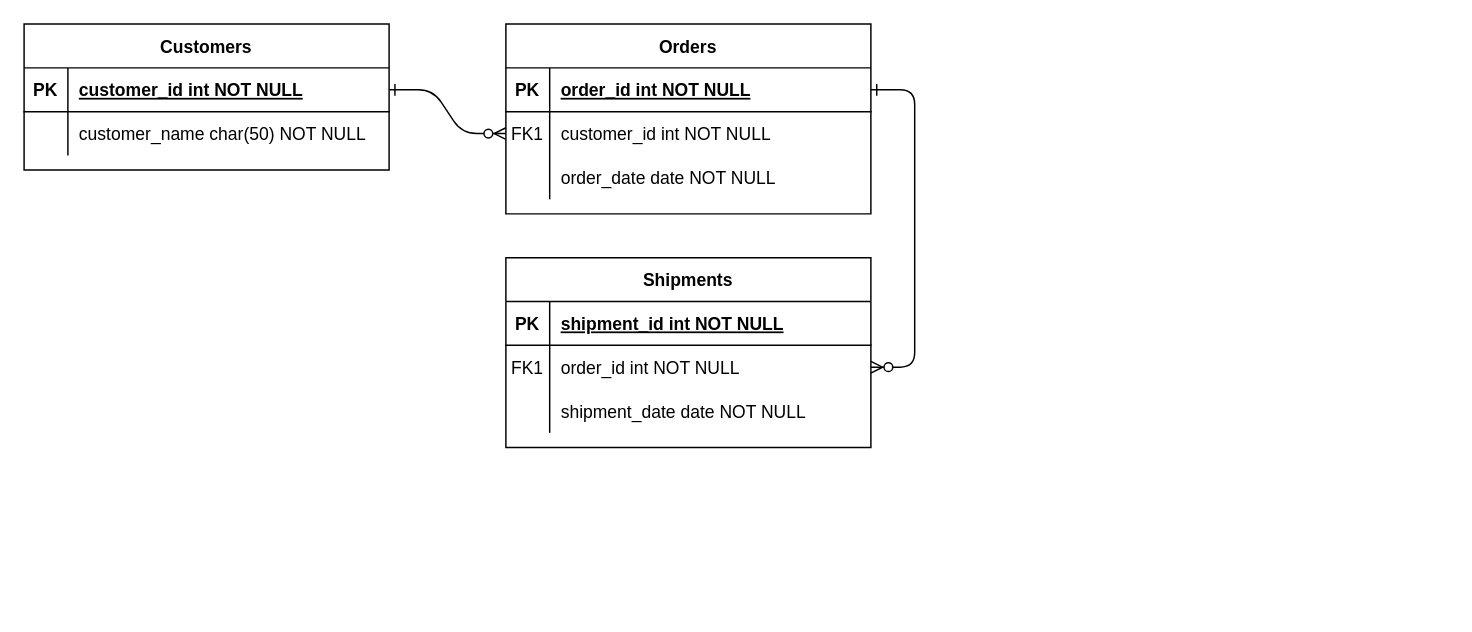
Earlier version of the draw.io diagram er.drawio (7mzah/7mzah). Source tidied: cells renumbered, new cells numbered last; positions are measured from the earlier drawing's top-left corner, leaving out a move shared by most shapes. Both pictures are drawn from the tidied source at 146%, with x=0, y=0 at pixel (23, 23).
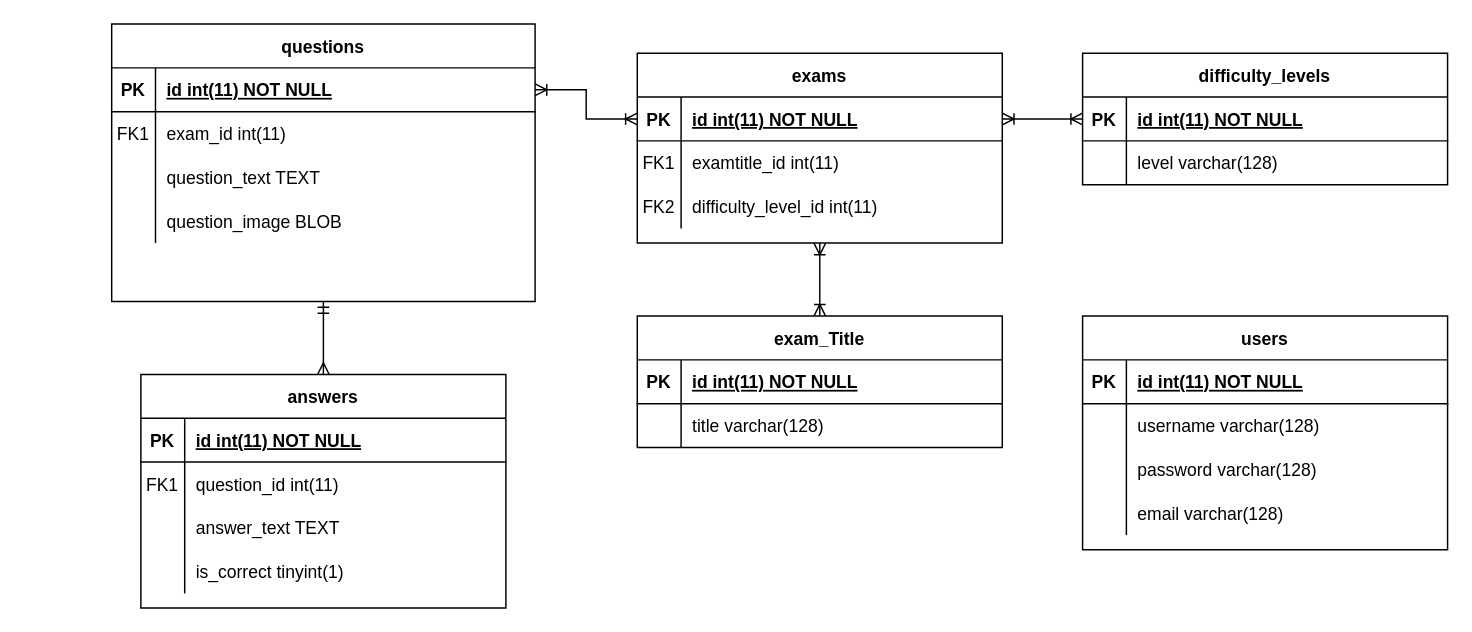
After the change.

The change refers to these unchanged cells:
```xml
<mxCell id="15" style="shape=partialRectangle;fillColor=none;points=[[0,0.5],[1,0.5]];portConstraint=eastwest;top=0;left=0;right=0;bottom=1;" parent="14" vertex="1">
  <mxGeometry y="30" width="250" height="30" as="geometry" />
</mxCell>
<mxCell id="18" style="shape=partialRectangle;fillColor=none;points=[[0,0.5],[1,0.5]];portConstraint=eastwest;top=0;left=0;right=0;bottom=0;" parent="14" vertex="1">
  <mxGeometry y="60" width="250" height="30" as="geometry" />
</mxCell>
<mxCell id="21" style="shape=partialRectangle;fillColor=none;top=0;left=0;right=0;bottom=0;" parent="14" vertex="1">
  <mxGeometry y="90" width="250" height="30" as="geometry" />
</mxCell>
<mxCell id="25" style="shape=partialRectangle;fillColor=none;points=[[0,0.5],[1,0.5]];portConstraint=eastwest;top=0;left=0;right=0;bottom=1;" parent="24" vertex="1">
  <mxGeometry y="30" width="250" height="30" as="geometry" />
</mxCell>
<mxCell id="28" style="shape=partialRectangle;fillColor=none;top=0;left=0;right=0;bottom=0;" parent="24" vertex="1">
  <mxGeometry y="60" width="250" height="30" as="geometry" />
</mxCell>
```

Change to the diagram source:
```diff
@@
-    <mxCell id="2" style="edgeStyle=entityRelationEdgeStyle;endArrow=ERzeroToMany;startArrow=ERone;endFill=1;startFill=0;" parent="1" edge="1" source="25" target="8">
-      <mxGeometry relative="1" as="geometry" />
-    </mxCell>
-    <mxCell id="3" style="edgeStyle=entityRelationEdgeStyle;endArrow=ERzeroToMany;startArrow=ERone;endFill=1;startFill=0;" parent="1" edge="1" source="5" target="18">
-      <mxGeometry relative="1" as="geometry" />
-    </mxCell>
-    <mxCell id="4" value="Orders" style="shape=table;startSize=30;childLayout=tableLayout;rowLines=0;fontStyle=1;align=center;" parent="1" vertex="1">
-      <mxGeometry x="330" width="250" height="130" as="geometry" />
+    <mxCell id="4" value="questions" style="shape=table;startSize=30;childLayout=tableLayout;rowLines=0;fontStyle=1;align=center;" parent="1" vertex="1">
+      <mxGeometry x="60" width="290" height="190" as="geometry" />
     </mxCell>
     <mxCell id="5" style="shape=partialRectangle;fillColor=none;points=[[0,0.5],[1,0.5]];portConstraint=eastwest;top=0;left=0;right=0;bottom=1;" parent="4" vertex="1">
-      <mxGeometry y="30" width="250" height="30" as="geometry" />
+      <mxGeometry y="30" width="290" height="30" as="geometry" />
     </mxCell>
@@
-    <mxCell id="7" value="order_id int NOT NULL " style="shape=partialRectangle;overflow=hidden;fillColor=none;top=0;left=0;bottom=0;right=0;align=left;spacingLeft=6;fontStyle=5;" parent="5" vertex="1">
-      <mxGeometry x="30" width="220" height="30" as="geometry" />
+    <mxCell id="7" value="id int(11) NOT NULL " style="shape=partialRectangle;overflow=hidden;fillColor=none;top=0;left=0;bottom=0;right=0;align=left;spacingLeft=6;fontStyle=5;" parent="5" vertex="1">
+      <mxGeometry x="30" width="260" height="30" as="geometry" />
     </mxCell>
     <mxCell id="8" style="shape=partialRectangle;fillColor=none;points=[[0,0.5],[1,0.5]];portConstraint=eastwest;top=0;left=0;right=0;bottom=0;" parent="4" vertex="1">
-      <mxGeometry y="60" width="250" height="30" as="geometry" />
+      <mxGeometry y="60" width="290" height="30" as="geometry" />
     </mxCell>
@@
-    <mxCell id="10" value="customer_id int NOT NULL" style="shape=partialRectangle;overflow=hidden;fillColor=none;top=0;left=0;bottom=0;right=0;align=left;spacingLeft=6;" parent="8" vertex="1">
-      <mxGeometry x="30" width="220" height="30" as="geometry" />
+    <mxCell id="10" value="exam_id int(11)" style="shape=partialRectangle;overflow=hidden;fillColor=none;top=0;left=0;bottom=0;right=0;align=left;spacingLeft=6;" parent="8" vertex="1">
+      <mxGeometry x="30" width="260" height="30" as="geometry" />
     </mxCell>
     <mxCell id="11" style="shape=partialRectangle;fillColor=none;top=0;left=0;right=0;bottom=0;" parent="4" vertex="1">
-      <mxGeometry y="90" width="250" height="30" as="geometry" />
+      <mxGeometry y="90" width="290" height="30" as="geometry" />
     </mxCell>
@@
-    <mxCell id="13" value="order_date date NOT NULL" style="shape=partialRectangle;overflow=hidden;fillColor=none;top=0;left=0;bottom=0;right=0;align=left;spacingLeft=6;" parent="11" vertex="1">
-      <mxGeometry x="30" width="220" height="30" as="geometry" />
+    <mxCell id="13" value="question_text TEXT" style="shape=partialRectangle;overflow=hidden;fillColor=none;top=0;left=0;bottom=0;right=0;align=left;spacingLeft=6;" parent="11" vertex="1">
+      <mxGeometry x="30" width="260" height="30" as="geometry" />
     </mxCell>
+    <mxCell id="31" style="shape=partialRectangle;fillColor=none;top=0;left=0;right=0;bottom=0;" parent="4" vertex="1">
+      <mxGeometry y="120" width="290" height="30" as="geometry" />
+    </mxCell>
+    <mxCell id="32" style="shape=partialRectangle;overflow=hidden;fillColor=none;top=0;left=0;bottom=0;right=0;" parent="31" vertex="1">
+      <mxGeometry width="30" height="30" as="geometry" />
+    </mxCell>
+    <mxCell id="33" value="question_image BLOB" style="shape=partialRectangle;overflow=hidden;fillColor=none;top=0;left=0;bottom=0;right=0;align=left;spacingLeft=6;" parent="31" vertex="1">
+      <mxGeometry x="30" width="260" height="30" as="geometry" />
+    </mxCell>
+    <mxCell id="34" style="edgeStyle=orthogonalEdgeStyle;rounded=0;jettySize=auto;html=1;exitX=0.5;exitY=1;exitDx=0;exitDy=0;endArrow=ERoneToMany;endFill=0;startArrow=ERoneToMany;startFill=0;" parent="1" edge="1" source="14" target="49">
+      <mxGeometry relative="1" as="geometry" />
+    </mxCell>
-    <mxCell id="14" value="Shipments" style="shape=table;startSize=30;childLayout=tableLayout;rowLines=0;fontStyle=1;align=center;" parent="1" vertex="1">
-      <mxGeometry x="330" y="160" width="250" height="130" as="geometry" />
+    <mxCell id="14" value="exams" style="shape=table;startSize=30;childLayout=tableLayout;rowLines=0;fontStyle=1;align=center;" parent="1" vertex="1">
+      <mxGeometry x="420" y="20" width="250" height="130" as="geometry" />
     </mxCell>
@@
-    <mxCell id="17" value="shipment_id int NOT NULL " style="shape=partialRectangle;overflow=hidden;fillColor=none;top=0;left=0;bottom=0;right=0;align=left;spacingLeft=6;fontStyle=5;" parent="15" vertex="1">
+    <mxCell id="17" value="id int(11) NOT NULL" style="shape=partialRectangle;overflow=hidden;fillColor=none;top=0;left=0;bottom=0;right=0;align=left;spacingLeft=6;fontStyle=5;" parent="15" vertex="1">
       <mxGeometry x="30" width="220" height="30" as="geometry" />
     </mxCell>
@@
-    <mxCell id="20" value="order_id int NOT NULL" style="shape=partialRectangle;overflow=hidden;fillColor=none;top=0;left=0;bottom=0;right=0;align=left;spacingLeft=6;" parent="18" vertex="1">
+    <mxCell id="20" value="examtitle_id int(11)" style="shape=partialRectangle;overflow=hidden;fillColor=none;top=0;left=0;bottom=0;right=0;align=left;spacingLeft=6;" parent="18" vertex="1">
       <mxGeometry x="30" width="220" height="30" as="geometry" />
     </mxCell>
@@
-    <mxCell id="22" style="shape=partialRectangle;overflow=hidden;fillColor=none;top=0;left=0;bottom=0;right=0;" parent="21" vertex="1">
+    <mxCell id="22" value="FK2" style="shape=partialRectangle;overflow=hidden;fillColor=none;top=0;left=0;bottom=0;right=0;" parent="21" vertex="1">
       <mxGeometry width="30" height="30" as="geometry" />
     </mxCell>
-    <mxCell id="23" value="shipment_date date NOT NULL" style="shape=partialRectangle;overflow=hidden;fillColor=none;top=0;left=0;bottom=0;right=0;align=left;spacingLeft=6;" parent="21" vertex="1">
+    <mxCell id="23" value="difficulty_level_id int(11)" style="shape=partialRectangle;overflow=hidden;fillColor=none;top=0;left=0;bottom=0;right=0;align=left;spacingLeft=6;" parent="21" vertex="1">
       <mxGeometry x="30" width="220" height="30" as="geometry" />
     </mxCell>
+    <mxCell id="35" style="edgeStyle=orthogonalEdgeStyle;rounded=0;jettySize=auto;html=1;exitX=0.5;exitY=0;exitDx=0;exitDy=0;entryX=0.5;entryY=1;entryDx=0;entryDy=0;startArrow=ERmany;startFill=0;endArrow=ERmandOne;endFill=0;" parent="1" edge="1" source="24" target="4">
+      <mxGeometry relative="1" as="geometry" />
+    </mxCell>
-    <mxCell id="24" value="Customers" style="shape=table;startSize=30;childLayout=tableLayout;rowLines=0;fontStyle=1;align=center;" parent="1" vertex="1">
-      <mxGeometry width="250" height="100" as="geometry" />
+    <mxCell id="24" value="answers" style="shape=table;startSize=30;childLayout=tableLayout;rowLines=0;fontStyle=1;align=center;" parent="1" vertex="1">
+      <mxGeometry x="80" y="240" width="250" height="160" as="geometry" />
     </mxCell>
@@
-    <mxCell id="27" value="customer_id int NOT NULL " style="shape=partialRectangle;overflow=hidden;fillColor=none;top=0;left=0;bottom=0;right=0;align=left;spacingLeft=6;fontStyle=5;" parent="25" vertex="1">
+    <mxCell id="27" value="id int(11) NOT NULL" style="shape=partialRectangle;overflow=hidden;fillColor=none;top=0;left=0;bottom=0;right=0;align=left;spacingLeft=6;fontStyle=5;" parent="25" vertex="1">
       <mxGeometry x="30" width="220" height="30" as="geometry" />
     </mxCell>
@@
-    <mxCell id="29" style="shape=partialRectangle;overflow=hidden;fillColor=none;top=0;left=0;bottom=0;right=0;" parent="28" vertex="1">
+    <mxCell id="29" value="FK1" style="shape=partialRectangle;overflow=hidden;fillColor=none;top=0;left=0;bottom=0;right=0;" parent="28" vertex="1">
       <mxGeometry width="30" height="30" as="geometry" />
     </mxCell>
-    <mxCell id="30" value="customer_name char(50) NOT NULL" style="shape=partialRectangle;overflow=hidden;fillColor=none;top=0;left=0;bottom=0;right=0;align=left;spacingLeft=6;" parent="28" vertex="1">
+    <mxCell id="30" value="question_id int(11)" style="shape=partialRectangle;overflow=hidden;fillColor=none;top=0;left=0;bottom=0;right=0;align=left;spacingLeft=6;" parent="28" vertex="1">
       <mxGeometry x="30" width="220" height="30" as="geometry" />
     </mxCell>
+    <mxCell id="36" style="shape=partialRectangle;fillColor=none;top=0;left=0;right=0;bottom=0;" parent="24" vertex="1">
+      <mxGeometry y="90" width="250" height="30" as="geometry" />
+    </mxCell>
+    <mxCell id="37" style="shape=partialRectangle;overflow=hidden;fillColor=none;top=0;left=0;bottom=0;right=0;" parent="36" vertex="1">
+      <mxGeometry width="30" height="30" as="geometry" />
+    </mxCell>
+    <mxCell id="38" value="answer_text TEXT" style="shape=partialRectangle;overflow=hidden;fillColor=none;top=0;left=0;bottom=0;right=0;align=left;spacingLeft=6;" parent="36" vertex="1">
+      <mxGeometry x="30" width="220" height="30" as="geometry" />
+    </mxCell>
+    <mxCell id="39" style="shape=partialRectangle;fillColor=none;top=0;left=0;right=0;bottom=0;" parent="24" vertex="1">
+      <mxGeometry y="120" width="250" height="30" as="geometry" />
+    </mxCell>
+    <mxCell id="40" style="shape=partialRectangle;overflow=hidden;fillColor=none;top=0;left=0;bottom=0;right=0;" parent="39" vertex="1">
+      <mxGeometry width="30" height="30" as="geometry" />
+    </mxCell>
+    <mxCell id="41" value="is_correct tinyint(1)" style="shape=partialRectangle;overflow=hidden;fillColor=none;top=0;left=0;bottom=0;right=0;align=left;spacingLeft=6;" parent="39" vertex="1">
+      <mxGeometry x="30" width="220" height="30" as="geometry" />
+    </mxCell>
+    <mxCell id="42" value="difficulty_levels" style="shape=table;startSize=30;childLayout=tableLayout;rowLines=0;fontStyle=1;align=center;" parent="1" vertex="1">
+      <mxGeometry x="725" y="20" width="250" height="90" as="geometry" />
+    </mxCell>
+    <mxCell id="43" style="shape=partialRectangle;fillColor=none;points=[[0,0.5],[1,0.5]];portConstraint=eastwest;top=0;left=0;right=0;bottom=1;" parent="42" vertex="1">
+      <mxGeometry y="30" width="250" height="30" as="geometry" />
+    </mxCell>
+    <mxCell id="44" value="PK" style="shape=partialRectangle;overflow=hidden;fillColor=none;top=0;left=0;bottom=0;right=0;fontStyle=1;" parent="43" vertex="1">
+      <mxGeometry width="30" height="30" as="geometry" />
+    </mxCell>
+    <mxCell id="45" value="id int(11) NOT NULL" style="shape=partialRectangle;overflow=hidden;fillColor=none;top=0;left=0;bottom=0;right=0;align=left;spacingLeft=6;fontStyle=5;" parent="43" vertex="1">
+      <mxGeometry x="30" width="220" height="30" as="geometry" />
+    </mxCell>
+    <mxCell id="46" style="shape=partialRectangle;fillColor=none;top=0;left=0;right=0;bottom=0;" parent="42" vertex="1">
+      <mxGeometry y="60" width="250" height="30" as="geometry" />
+    </mxCell>
+    <mxCell id="47" style="shape=partialRectangle;overflow=hidden;fillColor=none;top=0;left=0;bottom=0;right=0;" parent="46" vertex="1">
+      <mxGeometry width="30" height="30" as="geometry" />
+    </mxCell>
+    <mxCell id="48" value="level varchar(128)" style="shape=partialRectangle;overflow=hidden;fillColor=none;top=0;left=0;bottom=0;right=0;align=left;spacingLeft=6;" parent="46" vertex="1">
+      <mxGeometry x="30" width="220" height="30" as="geometry" />
+    </mxCell>
+    <mxCell id="49" value="exam_Title" style="shape=table;startSize=30;childLayout=tableLayout;rowLines=0;fontStyle=1;align=center;" parent="1" vertex="1">
+      <mxGeometry x="420" y="200" width="250" height="90" as="geometry" />
+    </mxCell>
+    <mxCell id="50" style="shape=partialRectangle;fillColor=none;top=0;left=0;right=0;bottom=1;" parent="49" vertex="1">
+      <mxGeometry y="30" width="250" height="30" as="geometry" />
+    </mxCell>
+    <mxCell id="51" value="PK" style="shape=partialRectangle;overflow=hidden;fillColor=none;top=0;left=0;bottom=0;right=0;fontStyle=1;" parent="50" vertex="1">
+      <mxGeometry width="30" height="30" as="geometry" />
+    </mxCell>
+    <mxCell id="52" value="id int(11) NOT NULL" style="shape=partialRectangle;overflow=hidden;fillColor=none;top=0;left=0;bottom=0;right=0;align=left;spacingLeft=6;fontStyle=5;" parent="50" vertex="1">
+      <mxGeometry x="30" width="220" height="30" as="geometry" />
+    </mxCell>
+    <mxCell id="53" style="shape=partialRectangle;fillColor=none;top=0;left=0;right=0;bottom=0;" parent="49" vertex="1">
+      <mxGeometry y="60" width="250" height="30" as="geometry" />
+    </mxCell>
+    <mxCell id="54" style="shape=partialRectangle;overflow=hidden;fillColor=none;top=0;left=0;bottom=0;right=0;" parent="53" vertex="1">
+      <mxGeometry width="30" height="30" as="geometry" />
+    </mxCell>
+    <mxCell id="55" value="title varchar(128)" style="shape=partialRectangle;overflow=hidden;fillColor=none;top=0;left=0;bottom=0;right=0;align=left;spacingLeft=6;" parent="53" vertex="1">
+      <mxGeometry x="30" width="220" height="30" as="geometry" />
+    </mxCell>
+    <mxCell id="56" value="users" style="shape=table;startSize=30;childLayout=tableLayout;rowLines=0;fontStyle=1;align=center;" parent="1" vertex="1">
+      <mxGeometry x="725" y="200" width="250" height="160" as="geometry" />
+    </mxCell>
+    <mxCell id="57" style="shape=partialRectangle;fillColor=none;top=0;left=0;right=0;bottom=1;" parent="56" vertex="1">
+      <mxGeometry y="30" width="250" height="30" as="geometry" />
+    </mxCell>
+    <mxCell id="58" value="PK" style="shape=partialRectangle;overflow=hidden;fillColor=none;top=0;left=0;bottom=0;right=0;fontStyle=1;" parent="57" vertex="1">
+      <mxGeometry width="30" height="30" as="geometry" />
+    </mxCell>
+    <mxCell id="59" value="id int(11) NOT NULL" style="shape=partialRectangle;overflow=hidden;fillColor=none;top=0;left=0;bottom=0;right=0;align=left;spacingLeft=6;fontStyle=5;" parent="57" vertex="1">
+      <mxGeometry x="30" width="220" height="30" as="geometry" />
+    </mxCell>
+    <mxCell id="60" style="shape=partialRectangle;fillColor=none;top=0;left=0;right=0;bottom=0;" parent="56" vertex="1">
+      <mxGeometry y="60" width="250" height="30" as="geometry" />
+    </mxCell>
+    <mxCell id="61" style="shape=partialRectangle;overflow=hidden;fillColor=none;top=0;left=0;bottom=0;right=0;" parent="60" vertex="1">
+      <mxGeometry width="30" height="30" as="geometry" />
+    </mxCell>
+    <mxCell id="62" value="username varchar(128)" style="shape=partialRectangle;overflow=hidden;fillColor=none;top=0;left=0;bottom=0;right=0;align=left;spacingLeft=6;" parent="60" vertex="1">
+      <mxGeometry x="30" width="220" height="30" as="geometry" />
+    </mxCell>
+    <mxCell id="63" style="shape=partialRectangle;fillColor=none;top=0;left=0;right=0;bottom=0;" parent="56" vertex="1">
+      <mxGeometry y="90" width="250" height="30" as="geometry" />
+    </mxCell>
+    <mxCell id="64" style="shape=partialRectangle;overflow=hidden;fillColor=none;top=0;left=0;bottom=0;right=0;" parent="63" vertex="1">
+      <mxGeometry width="30" height="30" as="geometry" />
+    </mxCell>
+    <mxCell id="65" value="password varchar(128)" style="shape=partialRectangle;overflow=hidden;fillColor=none;top=0;left=0;bottom=0;right=0;align=left;spacingLeft=6;" parent="63" vertex="1">
+      <mxGeometry x="30" width="220" height="30" as="geometry" />
+    </mxCell>
+    <mxCell id="66" style="shape=partialRectangle;fillColor=none;top=0;left=0;right=0;bottom=0;" parent="56" vertex="1">
+      <mxGeometry y="120" width="250" height="30" as="geometry" />
+    </mxCell>
+    <mxCell id="67" style="shape=partialRectangle;overflow=hidden;fillColor=none;top=0;left=0;bottom=0;right=0;" parent="66" vertex="1">
+      <mxGeometry width="30" height="30" as="geometry" />
+    </mxCell>
+    <mxCell id="68" value="email varchar(128)" style="shape=partialRectangle;overflow=hidden;fillColor=none;top=0;left=0;bottom=0;right=0;align=left;spacingLeft=6;" parent="66" vertex="1">
+      <mxGeometry x="30" width="220" height="30" as="geometry" />
+    </mxCell>
+    <mxCell id="69" style="edgeStyle=orthogonalEdgeStyle;rounded=0;jettySize=auto;html=1;exitX=1;exitY=0.5;exitDx=0;exitDy=0;entryX=0;entryY=0.5;entryDx=0;entryDy=0;endArrow=ERoneToMany;endFill=0;startArrow=ERoneToMany;startFill=0;" parent="1" edge="1" source="15" target="43">
+      <mxGeometry relative="1" as="geometry" />
+    </mxCell>
+    <mxCell id="70" style="edgeStyle=orthogonalEdgeStyle;rounded=0;jettySize=auto;html=1;exitX=1;exitY=0.5;exitDx=0;exitDy=0;entryX=0;entryY=0.5;entryDx=0;entryDy=0;strokeColor=default;startArrow=ERoneToMany;startFill=0;endArrow=ERoneToMany;endFill=0;" parent="1" edge="1" source="5" target="15">
+      <mxGeometry relative="1" as="geometry" />
+    </mxCell>
```
